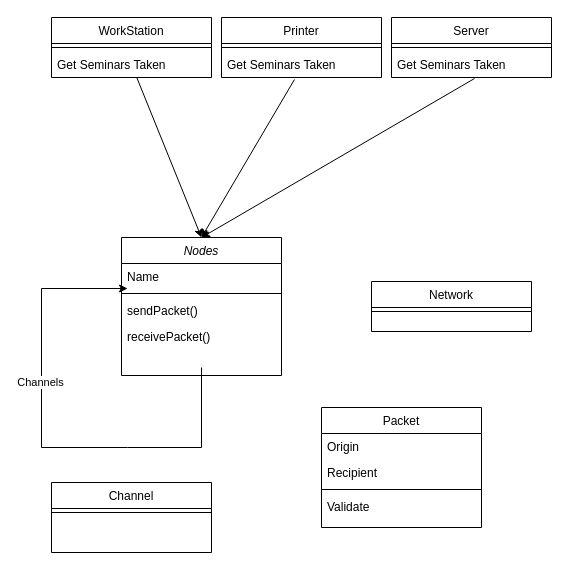
Earlier version of the draw.io diagram ex4.drawio (lopez-gina/Jenkins1). Source tidied: cells renumbered, new cells numbered last; positions are measured from the earlier drawing's top-left corner, leaving out a move shared by most shapes. Both pictures are drawn from the tidied source at 100%, with x=0, y=0 at pixel (41, 17).
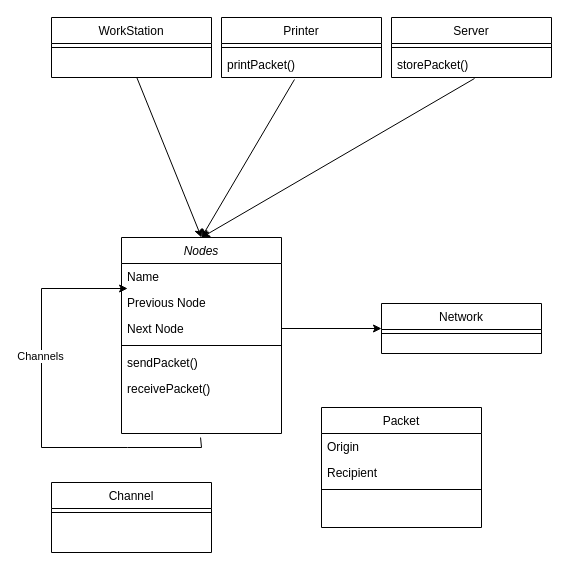
After the change.

Unchanged cells that the change refers to:
```xml
<mxCell id="9" value="WorkStation" style="swimlane;fontStyle=0;align=center;verticalAlign=top;horizontal=1;startSize=26;rounded=0;shadow=0;strokeWidth=1;" parent="1" vertex="1">
  <mxGeometry x="10" width="160" height="60" as="geometry" />
</mxCell>
<mxCell id="14" value="Packet" style="swimlane;fontStyle=0;align=center;verticalAlign=top;horizontal=1;startSize=26;rounded=0;shadow=0;strokeWidth=1;" parent="1" vertex="1">
  <mxGeometry x="280" y="390" width="160" height="120" as="geometry" />
</mxCell>
<mxCell id="19" value="Printer" style="swimlane;fontStyle=0;align=center;verticalAlign=top;horizontal=1;startSize=26;rounded=0;shadow=0;strokeWidth=1;" parent="1" vertex="1">
  <mxGeometry x="180" width="160" height="60" as="geometry" />
</mxCell>
<mxCell id="22" value="Server" style="swimlane;fontStyle=0;align=center;verticalAlign=top;horizontal=1;startSize=26;rounded=0;shadow=0;strokeWidth=1;" parent="1" vertex="1">
  <mxGeometry x="350" width="160" height="60" as="geometry" />
</mxCell>
```

Change to the diagram source:
```diff
@@
     <mxCell id="2" value="Nodes" style="swimlane;fontStyle=2;align=center;verticalAlign=top;horizontal=1;startSize=26;rounded=0;shadow=0;strokeWidth=1;" parent="1" vertex="1">
-      <mxGeometry x="80" y="220" width="160" height="138" as="geometry" />
+      <mxGeometry x="80" y="220" width="160" height="196" as="geometry" />
     </mxCell>
@@
+    <mxCell id="30" value="Previous Node" style="text;align=left;verticalAlign=top;spacingLeft=4;spacingRight=4;overflow=hidden;" parent="2" vertex="1">
+      <mxGeometry y="52" width="160" height="26" as="geometry" />
+    </mxCell>
+    <mxCell id="31" value="Next Node" style="text;align=left;verticalAlign=top;spacingLeft=4;spacingRight=4;overflow=hidden;points=[[0,0.5],[1,0.5]];portConstraint=eastwest;" parent="2" vertex="1">
+      <mxGeometry y="78" width="160" height="26" as="geometry" />
+    </mxCell>
     <mxCell id="4" style="line;html=1;strokeWidth=1;align=left;verticalAlign=middle;spacingTop=-1;spacingLeft=3;spacingRight=3;labelPosition=right;" parent="2" vertex="1">
-      <mxGeometry y="52" width="160" height="8" as="geometry" />
+      <mxGeometry y="104" width="160" height="8" as="geometry" />
     </mxCell>
     <mxCell id="5" value="sendPacket()" style="text;align=left;verticalAlign=top;spacingLeft=4;spacingRight=4;overflow=hidden;" parent="2" vertex="1">
-      <mxGeometry y="60" width="160" height="26" as="geometry" />
+      <mxGeometry y="112" width="160" height="26" as="geometry" />
     </mxCell>
-    <mxCell id="6" style="endArrow=classic;html=1;rounded=0;entryX=0.038;entryY=-0.038;entryDx=0;entryDy=0;entryPerimeter=0;" parent="2" edge="1">
+    <mxCell id="6" style="endArrow=classic;html=1;rounded=0;entryX=0.038;entryY=-0.038;entryDx=0;entryDy=0;entryPerimeter=0;exitX=0.494;exitY=1.069;exitDx=0;exitDy=0;exitPerimeter=0;" parent="2" edge="1" source="8">
       <mxGeometry relative="1" as="geometry">
-        <mxPoint x="80" y="130" as="sourcePoint" />
         <mxPoint x="6.1" y="51" as="targetPoint" />
         <Array as="points">
           <mxPoint x="80" y="210" />
           <mxPoint x="6" y="210" />
           <mxPoint x="-80" y="210" />
           <mxPoint x="-80" y="51" />
         </Array>
       </mxGeometry>
     </mxCell>
@@
     <mxCell id="8" value="receivePacket()" style="text;align=left;verticalAlign=top;spacingLeft=4;spacingRight=4;overflow=hidden;points=[[0,0.5],[1,0.5]];portConstraint=eastwest;" parent="2" vertex="1">
-      <mxGeometry y="86" width="160" height="26" as="geometry" />
+      <mxGeometry y="138" width="160" height="58" as="geometry" />
     </mxCell>
@@
-    <mxCell id="11" value="Get Seminars Taken" style="text;align=left;verticalAlign=top;spacingLeft=4;spacingRight=4;overflow=hidden;points=[[0,0.5],[1,0.5]];portConstraint=eastwest;" parent="9" vertex="1">
-      <mxGeometry y="34" width="160" height="26" as="geometry" />
-    </mxCell>
@@
-    <mxCell id="18" value="Validate" style="text;align=left;verticalAlign=top;spacingLeft=4;spacingRight=4;overflow=hidden;" parent="14" vertex="1">
-      <mxGeometry y="86" width="160" height="26" as="geometry" />
-    </mxCell>
@@
-    <mxCell id="21" value="Get Seminars Taken" style="text;align=left;verticalAlign=top;spacingLeft=4;spacingRight=4;overflow=hidden;points=[[0,0.5],[1,0.5]];portConstraint=eastwest;" parent="19" vertex="1">
+    <mxCell id="21" value="printPacket()" style="text;align=left;verticalAlign=top;spacingLeft=4;spacingRight=4;overflow=hidden;points=[[0,0.5],[1,0.5]];portConstraint=eastwest;" parent="19" vertex="1">
       <mxGeometry y="34" width="160" height="26" as="geometry" />
     </mxCell>
@@
-    <mxCell id="24" value="Get Seminars Taken" style="text;align=left;verticalAlign=top;spacingLeft=4;spacingRight=4;overflow=hidden;points=[[0,0.5],[1,0.5]];portConstraint=eastwest;" parent="22" vertex="1">
-      <mxGeometry y="34" width="160" height="26" as="geometry" />
-    </mxCell>
+    <mxCell id="32" value="storePacket()" style="text;align=left;verticalAlign=top;spacingLeft=4;spacingRight=4;overflow=hidden;" parent="22" vertex="1">
+      <mxGeometry y="34" width="160" height="26" as="geometry" />
+    </mxCell>
-    <mxCell id="25" style="endArrow=classic;html=1;rounded=0;entryX=0.5;entryY=0;entryDx=0;entryDy=0;" parent="1" edge="1" source="11" target="2">
-      <mxGeometry relative="1" as="geometry" />
+    <mxCell id="25" style="endArrow=classic;html=1;rounded=0;entryX=0.5;entryY=0;entryDx=0;entryDy=0;" parent="1" edge="1" target="2">
+      <mxGeometry relative="1" as="geometry">
+        <mxPoint x="95.3" y="60" as="sourcePoint" />
+      </mxGeometry>
     </mxCell>
@@
-    <mxCell id="27" style="endArrow=classic;html=1;rounded=0;exitX=0.519;exitY=1.038;exitDx=0;exitDy=0;exitPerimeter=0;entryX=0.5;entryY=0;entryDx=0;entryDy=0;" parent="1" edge="1" source="24" target="2">
-      <mxGeometry relative="1" as="geometry" />
+    <mxCell id="27" style="endArrow=classic;html=1;rounded=0;exitX=0.519;exitY=1.038;exitDx=0;exitDy=0;exitPerimeter=0;entryX=0.5;entryY=0;entryDx=0;entryDy=0;" parent="1" edge="1" target="2">
+      <mxGeometry relative="1" as="geometry">
+        <mxPoint x="433" y="61" as="sourcePoint" />
+      </mxGeometry>
     </mxCell>
     <mxCell id="28" value="Network" style="swimlane;fontStyle=0;align=center;verticalAlign=top;horizontal=1;startSize=26;rounded=0;shadow=0;strokeWidth=1;" parent="1" vertex="1">
-      <mxGeometry x="330" y="264" width="160" height="50" as="geometry" />
+      <mxGeometry x="340" y="286" width="160" height="50" as="geometry" />
     </mxCell>
@@
+    <mxCell id="33" style="endArrow=classic;html=1;rounded=0;exitX=1;exitY=0.5;exitDx=0;exitDy=0;entryX=0;entryY=0.5;entryDx=0;entryDy=0;" parent="1" edge="1" source="31" target="28">
+      <mxGeometry relative="1" as="geometry" />
+    </mxCell>
```
